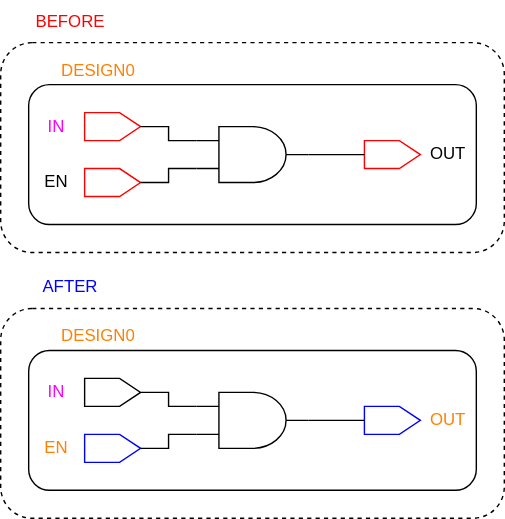
The draw.io diagram figures/dark-mode/update_scripts/update_port_tmrg.drawio.svg in AlbertHansen/TripleModularRedundancyTool_developer_guide, before a commit. Source tidied: cells renumbered, new cells last; positions are measured from the earlier drawing's top-left corner, leaving out a move shared by most shapes.
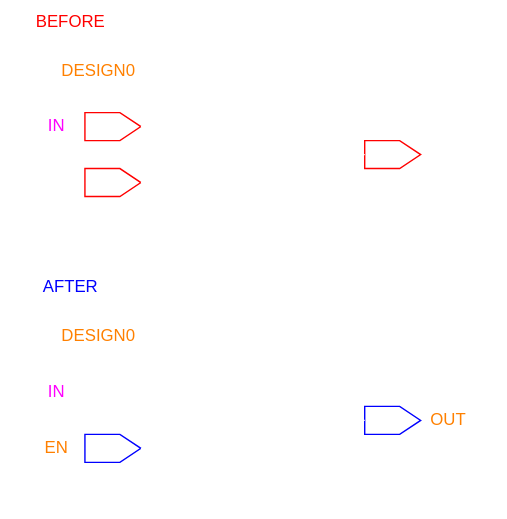
After the commit.

The edit, as a diff of the source:
```diff
@@ -2,10 +2,10 @@
   <root>
     <mxCell id="0" />
     <mxCell id="1" parent="0" />
-    <mxCell id="2" style="rounded=1;whiteSpace=wrap;html=1;fontColor=#FF00FF;fillColor=none;dashed=1;" parent="1" vertex="1">
+    <mxCell id="2" style="rounded=1;whiteSpace=wrap;html=1;fontColor=#FF00FF;fillColor=none;dashed=1;strokeColor=#FFFFFF;" parent="1" vertex="1">
       <mxGeometry y="30" width="360" height="150" as="geometry" />
     </mxCell>
-    <mxCell id="3" style="rounded=1;whiteSpace=wrap;html=1;fillColor=none;" parent="1" vertex="1">
+    <mxCell id="3" style="rounded=1;whiteSpace=wrap;html=1;fillColor=none;strokeColor=#FFFFFF;" parent="1" vertex="1">
       <mxGeometry x="20" y="60" width="320" height="100" as="geometry" />
     </mxCell>
     <mxCell id="4" style="shape=offPageConnector;whiteSpace=wrap;rotation=-90;fillColor=none;html=1;strokeColor=#FF0000;" parent="1" vertex="1">
@@ -17,25 +17,25 @@
     <mxCell id="6" style="shape=offPageConnector;whiteSpace=wrap;rotation=-90;fillColor=none;html=1;strokeColor=#FF0000;" parent="1" vertex="1">
       <mxGeometry x="270" y="90" width="20" height="40" as="geometry" />
     </mxCell>
-    <mxCell id="7" style="edgeStyle=orthogonalEdgeStyle;html=1;exitX=1;exitY=0.5;exitDx=0;exitDy=0;exitPerimeter=0;entryX=0.5;entryY=0;entryDx=0;entryDy=0;endArrow=none;endFill=0;rounded=0;" parent="1" edge="1" source="10" target="6">
+    <mxCell id="7" style="edgeStyle=orthogonalEdgeStyle;html=1;exitX=1;exitY=0.5;exitDx=0;exitDy=0;exitPerimeter=0;entryX=0.5;entryY=0;entryDx=0;entryDy=0;endArrow=none;endFill=0;rounded=0;strokeColor=#FFFFFF;" parent="1" edge="1" source="10" target="6">
       <mxGeometry relative="1" as="geometry" />
     </mxCell>
-    <mxCell id="8" style="edgeStyle=orthogonalEdgeStyle;html=1;exitX=0;exitY=0.75;exitDx=0;exitDy=0;exitPerimeter=0;entryX=0.5;entryY=1;entryDx=0;entryDy=0;endArrow=none;endFill=0;rounded=0;" parent="1" edge="1" source="10" target="5">
+    <mxCell id="8" style="edgeStyle=orthogonalEdgeStyle;html=1;exitX=0;exitY=0.75;exitDx=0;exitDy=0;exitPerimeter=0;entryX=0.5;entryY=1;entryDx=0;entryDy=0;endArrow=none;endFill=0;rounded=0;strokeColor=#FFFFFF;" parent="1" edge="1" source="10" target="5">
       <mxGeometry relative="1" as="geometry" />
     </mxCell>
-    <mxCell id="9" style="edgeStyle=orthogonalEdgeStyle;html=1;exitX=0;exitY=0.25;exitDx=0;exitDy=0;exitPerimeter=0;entryX=0.5;entryY=1;entryDx=0;entryDy=0;endArrow=none;endFill=0;rounded=0;" parent="1" edge="1" source="10" target="4">
+    <mxCell id="9" style="edgeStyle=orthogonalEdgeStyle;html=1;exitX=0;exitY=0.25;exitDx=0;exitDy=0;exitPerimeter=0;entryX=0.5;entryY=1;entryDx=0;entryDy=0;endArrow=none;endFill=0;rounded=0;strokeColor=#FFFFFF;" parent="1" edge="1" source="10" target="4">
       <mxGeometry relative="1" as="geometry" />
     </mxCell>
-    <mxCell id="10" style="verticalLabelPosition=bottom;shadow=0;dashed=0;align=center;html=1;verticalAlign=top;shape=mxgraph.electrical.logic_gates.logic_gate;operation=and;fillColor=none;" parent="1" vertex="1">
+    <mxCell id="10" style="verticalLabelPosition=bottom;shadow=0;dashed=0;align=center;html=1;verticalAlign=top;shape=mxgraph.electrical.logic_gates.logic_gate;operation=and;fillColor=none;strokeColor=#FFFFFF;" parent="1" vertex="1">
       <mxGeometry x="140" y="90" width="80" height="40" as="geometry" />
     </mxCell>
     <mxCell id="11" value="IN" style="text;html=1;strokeColor=none;fillColor=none;align=center;verticalAlign=middle;whiteSpace=wrap;rounded=0;fontColor=#FF00FF;" parent="1" vertex="1">
       <mxGeometry x="20" y="80" width="40" height="20" as="geometry" />
     </mxCell>
-    <mxCell id="12" value="EN" style="text;html=1;strokeColor=none;fillColor=none;align=center;verticalAlign=middle;whiteSpace=wrap;rounded=0;" parent="1" vertex="1">
+    <mxCell id="12" value="EN" style="text;html=1;strokeColor=none;fillColor=none;align=center;verticalAlign=middle;whiteSpace=wrap;rounded=0;fontColor=#FFFFFF;" parent="1" vertex="1">
       <mxGeometry x="20" y="120" width="40" height="20" as="geometry" />
     </mxCell>
-    <mxCell id="13" value="OUT" style="text;html=1;strokeColor=none;fillColor=none;align=center;verticalAlign=middle;whiteSpace=wrap;rounded=0;" parent="1" vertex="1">
+    <mxCell id="13" value="OUT" style="text;html=1;strokeColor=none;fillColor=none;align=center;verticalAlign=middle;whiteSpace=wrap;rounded=0;fontColor=#FFFFFF;" parent="1" vertex="1">
       <mxGeometry x="300" y="100" width="40" height="20" as="geometry" />
     </mxCell>
     <mxCell id="14" value="DESIGN0" style="text;html=1;strokeColor=none;fillColor=none;align=center;verticalAlign=middle;whiteSpace=wrap;rounded=0;fontColor=#FF8000;" parent="1" vertex="1">
@@ -44,13 +44,13 @@
     <mxCell id="15" value="&lt;font color=&quot;#ff0000&quot;&gt;BEFORE&lt;/font&gt;" style="text;html=1;strokeColor=none;fillColor=none;align=center;verticalAlign=middle;whiteSpace=wrap;rounded=0;dashed=1;fontColor=#FF00FF;" parent="1" vertex="1">
       <mxGeometry x="20" width="60" height="30" as="geometry" />
     </mxCell>
-    <mxCell id="16" style="rounded=1;whiteSpace=wrap;html=1;fontColor=#FF00FF;fillColor=none;dashed=1;" parent="1" vertex="1">
+    <mxCell id="16" style="rounded=1;whiteSpace=wrap;html=1;fontColor=#FF00FF;fillColor=none;dashed=1;strokeColor=#FFFFFF;" parent="1" vertex="1">
       <mxGeometry y="220" width="360" height="150" as="geometry" />
     </mxCell>
-    <mxCell id="17" style="rounded=1;whiteSpace=wrap;html=1;fillColor=none;" parent="1" vertex="1">
+    <mxCell id="17" style="rounded=1;whiteSpace=wrap;html=1;fillColor=none;strokeColor=#FFFFFF;" parent="1" vertex="1">
       <mxGeometry x="20" y="250" width="320" height="100" as="geometry" />
     </mxCell>
-    <mxCell id="18" style="shape=offPageConnector;whiteSpace=wrap;rotation=-90;fillColor=none;html=1;strokeColor=#000000;" parent="1" vertex="1">
+    <mxCell id="18" style="shape=offPageConnector;whiteSpace=wrap;rotation=-90;fillColor=none;html=1;strokeColor=#FFFFFF;" parent="1" vertex="1">
       <mxGeometry x="70" y="260" width="20" height="40" as="geometry" />
     </mxCell>
     <mxCell id="19" style="shape=offPageConnector;whiteSpace=wrap;rotation=-90;fillColor=none;html=1;strokeColor=#0000FF;" parent="1" vertex="1">
@@ -59,16 +59,16 @@
     <mxCell id="20" style="shape=offPageConnector;whiteSpace=wrap;rotation=-90;fillColor=none;html=1;strokeColor=#0000FF;" parent="1" vertex="1">
       <mxGeometry x="270" y="280" width="20" height="40" as="geometry" />
     </mxCell>
-    <mxCell id="21" style="edgeStyle=orthogonalEdgeStyle;html=1;exitX=1;exitY=0.5;exitDx=0;exitDy=0;exitPerimeter=0;entryX=0.5;entryY=0;entryDx=0;entryDy=0;endArrow=none;endFill=0;rounded=0;" parent="1" edge="1" source="24" target="20">
+    <mxCell id="21" style="edgeStyle=orthogonalEdgeStyle;html=1;exitX=1;exitY=0.5;exitDx=0;exitDy=0;exitPerimeter=0;entryX=0.5;entryY=0;entryDx=0;entryDy=0;endArrow=none;endFill=0;rounded=0;strokeColor=#FFFFFF;" parent="1" edge="1" source="24" target="20">
       <mxGeometry relative="1" as="geometry" />
     </mxCell>
-    <mxCell id="22" style="edgeStyle=orthogonalEdgeStyle;html=1;exitX=0;exitY=0.75;exitDx=0;exitDy=0;exitPerimeter=0;entryX=0.5;entryY=1;entryDx=0;entryDy=0;endArrow=none;endFill=0;rounded=0;" parent="1" edge="1" source="24" target="19">
+    <mxCell id="22" style="edgeStyle=orthogonalEdgeStyle;html=1;exitX=0;exitY=0.75;exitDx=0;exitDy=0;exitPerimeter=0;entryX=0.5;entryY=1;entryDx=0;entryDy=0;endArrow=none;endFill=0;rounded=0;strokeColor=#FFFFFF;" parent="1" edge="1" source="24" target="19">
       <mxGeometry relative="1" as="geometry" />
     </mxCell>
-    <mxCell id="23" style="edgeStyle=orthogonalEdgeStyle;html=1;exitX=0;exitY=0.25;exitDx=0;exitDy=0;exitPerimeter=0;entryX=0.5;entryY=1;entryDx=0;entryDy=0;endArrow=none;endFill=0;rounded=0;" parent="1" edge="1" source="24" target="18">
+    <mxCell id="23" style="edgeStyle=orthogonalEdgeStyle;html=1;exitX=0;exitY=0.25;exitDx=0;exitDy=0;exitPerimeter=0;entryX=0.5;entryY=1;entryDx=0;entryDy=0;endArrow=none;endFill=0;rounded=0;strokeColor=#FFFFFF;" parent="1" edge="1" source="24" target="18">
       <mxGeometry relative="1" as="geometry" />
     </mxCell>
-    <mxCell id="24" style="verticalLabelPosition=bottom;shadow=0;dashed=0;align=center;html=1;verticalAlign=top;shape=mxgraph.electrical.logic_gates.logic_gate;operation=and;fillColor=none;" parent="1" vertex="1">
+    <mxCell id="24" style="verticalLabelPosition=bottom;shadow=0;dashed=0;align=center;html=1;verticalAlign=top;shape=mxgraph.electrical.logic_gates.logic_gate;operation=and;fillColor=none;strokeColor=#FFFFFF;" parent="1" vertex="1">
       <mxGeometry x="140" y="280" width="80" height="40" as="geometry" />
     </mxCell>
     <mxCell id="25" value="IN" style="text;html=1;strokeColor=none;fillColor=none;align=center;verticalAlign=middle;whiteSpace=wrap;rounded=0;fontColor=#FF00FF;" parent="1" vertex="1">
```
